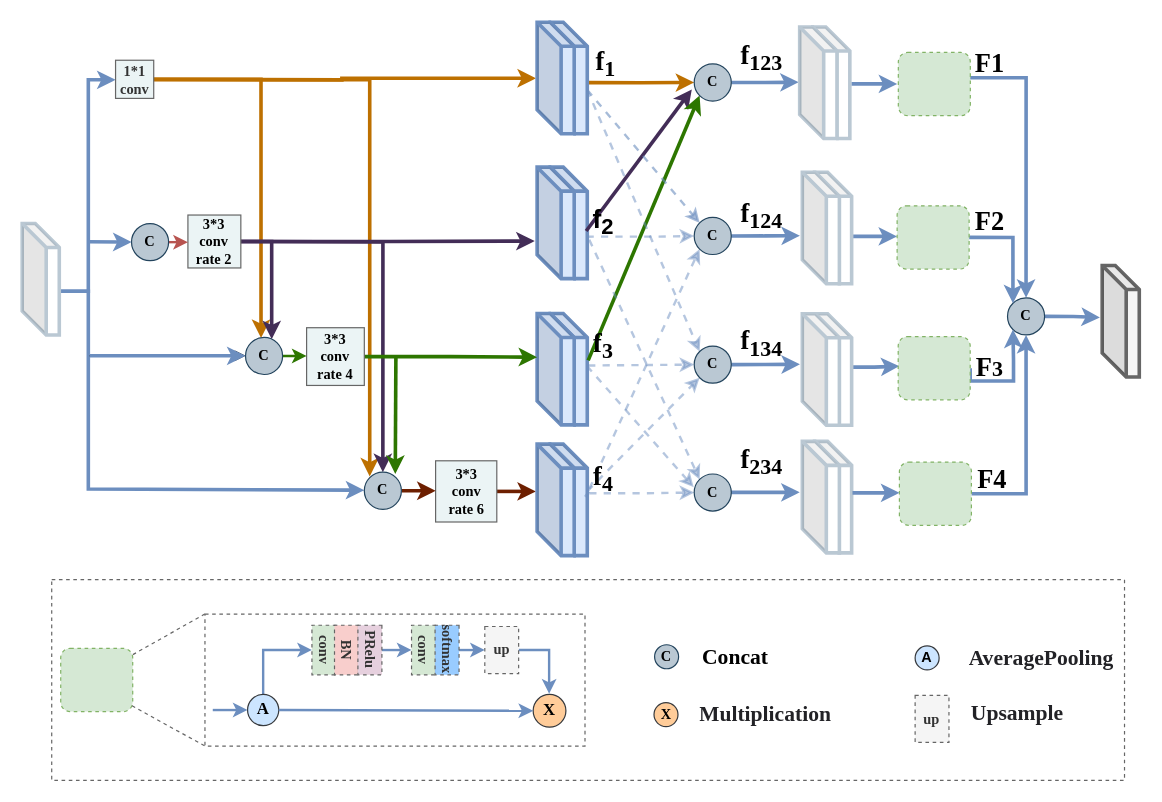
This is CCASPP.drawio from Hymhh/hymhh, a draw.io file, before an edit. Source tidied: cells renumbered, new cells numbered last; positions are measured from the earlier drawing's top-left corner, leaving out a move shared by most shapes. Both pictures are drawn from the tidied source at 120%, with x=0, y=0 at pixel (22, 22).
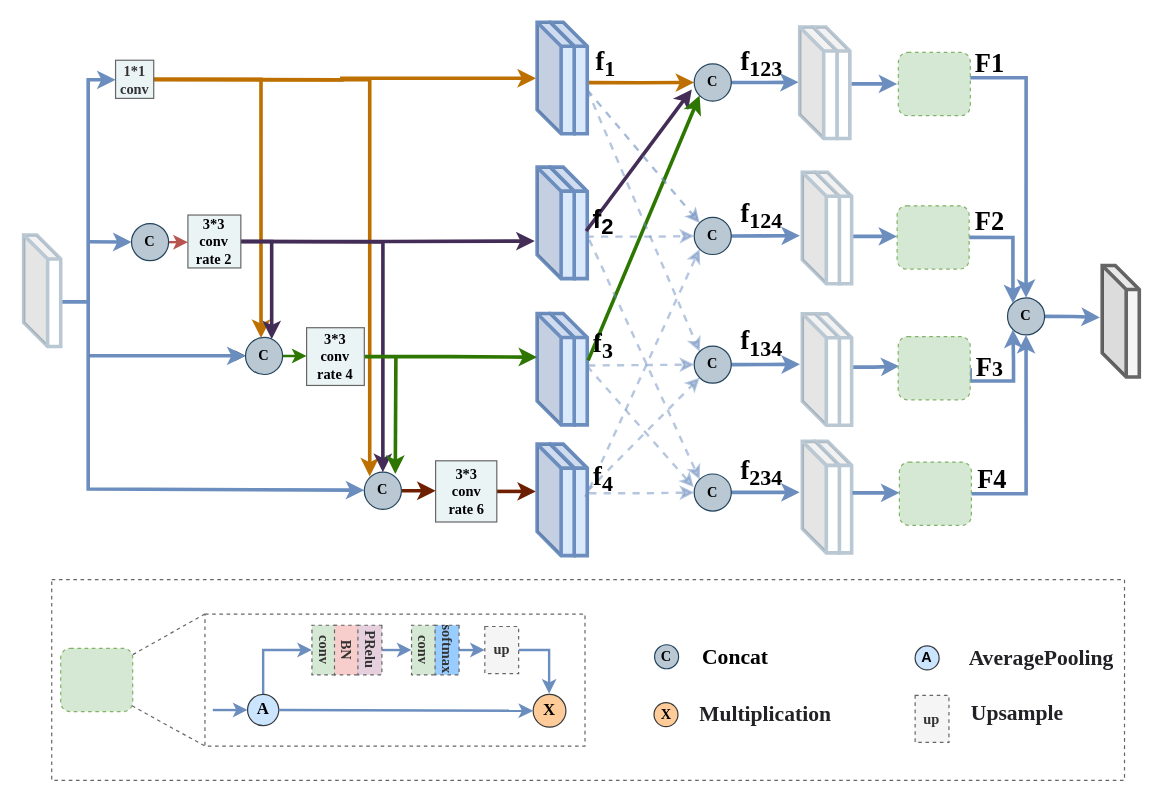
The same diagram, later.

The change refers to these unchanged cells:
```xml
<mxCell id="8" value="&lt;font face=&quot;Times New Roman&quot;&gt;&lt;b&gt;1*1&lt;br&gt;conv&lt;/b&gt;&lt;/font&gt;" style="whiteSpace=wrap;html=1;strokeWidth=1;fillColor=#EBF4F5;strokeColor=#666666;fontColor=#333333;" parent="1" vertex="1">
  <mxGeometry x="77.8" y="31.7" width="31.8" height="31.8" as="geometry" />
</mxCell>
```

The edit, as a diff of the source:
```diff
@@
-    <mxCell id="2" style="edgeStyle=orthogonalEdgeStyle;rounded=0;jettySize=auto;html=1;exitX=0;exitY=0;exitDx=30.922242314647377;exitDy=56.42857142857143;exitPerimeter=0;strokeColor=#6C8EBF;strokeWidth=3;" parent="1" edge="1" target="8">
+    <mxCell id="2" style="edgeStyle=orthogonalEdgeStyle;rounded=0;jettySize=auto;html=1;strokeColor=#6C8EBF;strokeWidth=3;" parent="1" edge="1" target="8">
       <mxGeometry relative="1" as="geometry">
-        <mxPoint x="27.9" y="224.2" as="sourcePoint" />
+        <mxPoint x="28" y="233" as="sourcePoint" />
         <Array as="points">
-          <mxPoint x="55.1" y="224" />
-          <mxPoint x="55.1" y="48" />
+          <mxPoint x="55" y="233" />
+          <mxPoint x="55" y="48" />
         </Array>
       </mxGeometry>
     </mxCell>
     <mxCell id="3" style="edgeStyle=orthogonalEdgeStyle;rounded=0;orthogonalLoop=1;jettySize=auto;html=1;exitX=0;exitY=0;exitDx=30.922242314647377;exitDy=56.42857142857143;exitPerimeter=0;strokeColor=#6C8EBF;strokeWidth=3;" parent="1" edge="1">
       <mxGeometry relative="1" as="geometry">
         <mxPoint x="27.9" y="224.2" as="sourcePoint" />
         <mxPoint x="285.1" y="390" as="targetPoint" />
         <Array as="points">
-          <mxPoint x="55.1" y="224" />
-          <mxPoint x="55.1" y="389" />
-          <mxPoint x="285.1" y="389" />
+          <mxPoint x="28" y="233" />
+          <mxPoint x="55" y="233" />
+          <mxPoint x="55" y="389" />
+          <mxPoint x="285" y="389" />
         </Array>
       </mxGeometry>
     </mxCell>
     <mxCell id="4" style="shape=cube;whiteSpace=wrap;html=1;boundedLbl=1;backgroundOutline=1;darkOpacity=0.05;darkOpacity2=0.1;strokeColor=#BAC8D3;strokeWidth=3;" parent="1" vertex="1">
-      <mxGeometry y="167.8" width="30.9" height="92.9" as="geometry" />
+      <mxGeometry x="1.2" y="177.3" width="30.9" height="92.9" as="geometry" />
     </mxCell>
@@
     <mxCell id="57" value="&lt;b style=&quot;font-size: 22px&quot;&gt;&lt;font face=&quot;Times New Roman&quot; style=&quot;font-size: 22px&quot;&gt;&lt;font style=&quot;font-size: 22px&quot;&gt;f&lt;/font&gt;&lt;sub&gt;123&lt;/sub&gt;&lt;/font&gt;&lt;/b&gt;" style="text;html=1;align=center;verticalAlign=middle;fillColor=none;strokeColor=none;rounded=0;" parent="1" vertex="1">
-      <mxGeometry x="590.9" y="15" width="50" height="30" as="geometry" />
+      <mxGeometry x="590.9" y="20" width="50" height="30" as="geometry" />
     </mxCell>
@@
     <mxCell id="60" value="&lt;font style=&quot;font-size: 22px&quot; face=&quot;Times New Roman&quot;&gt;&lt;b&gt;&lt;font style=&quot;font-size: 22px&quot;&gt;f&lt;/font&gt;&lt;sub&gt;234&lt;/sub&gt;&lt;/b&gt;&lt;/font&gt;" style="text;html=1;align=center;verticalAlign=middle;fillColor=none;strokeColor=none;rounded=0;" parent="1" vertex="1">
-      <mxGeometry x="590.9" y="351.6" width="50" height="30" as="geometry" />
+      <mxGeometry x="590.9" y="361" width="50" height="30" as="geometry" />
     </mxCell>
```
